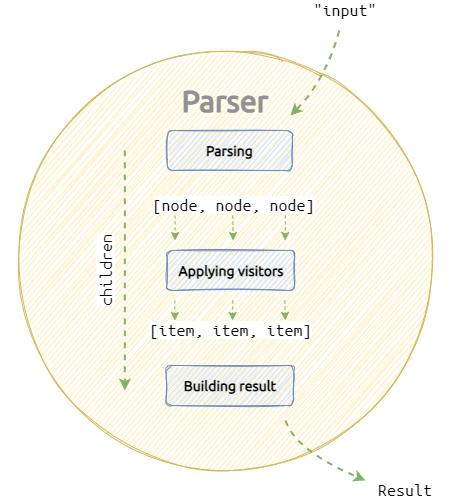
strblr/pegase keeps this draw.io diagram as img/ast-2.png. Above is the earlier version. Source tidied: cells renumbered, new cells last; positions are measured from the earlier drawing's top-left corner, leaving out a move shared by most shapes.
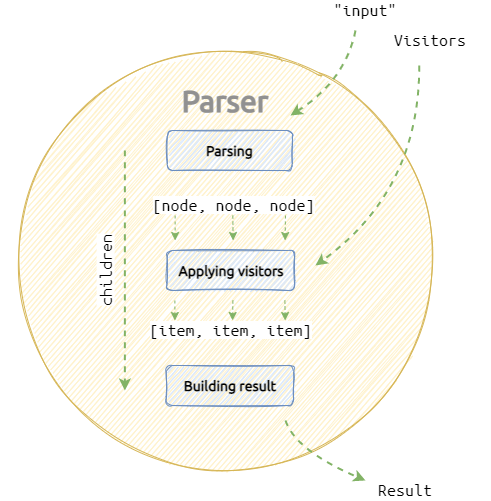
Later version of the same file.

Change to the diagram source:
```diff
@@ -15,17 +15,17 @@
       <mxGeometry x="166.6" y="250" width="127.5" height="40" as="geometry" />
     </mxCell>
     <mxCell id="6" value="&lt;span style=&quot;font-family: &amp;#34;ubuntu mono&amp;#34; ; font-size: 18px ; background-color: rgb(255 , 255 , 255)&quot;&gt;&quot;input&quot;&lt;/span&gt;" style="text;html=1;strokeColor=none;fillColor=none;align=center;verticalAlign=middle;whiteSpace=wrap;rounded=0;sketch=1;" parent="1" vertex="1">
-      <mxGeometry x="285" width="120" height="20" as="geometry" />
+      <mxGeometry x="305" width="120" height="20" as="geometry" />
     </mxCell>
     <mxCell id="7" value="&lt;span style=&quot;font-size: 14px&quot;&gt;Building result&lt;/span&gt;" style="rounded=1;whiteSpace=wrap;html=1;fontSize=14;glass=0;strokeWidth=1;shadow=0;fontFamily=Ubuntu;labelBackgroundColor=none;sketch=1;fillColor=#dae8fc;strokeColor=#6c8ebf;fontSource=https%3A%2F%2Ffonts.googleapis.com%2Fcss%3Ffamily%3DUbuntu;fontStyle=1;" parent="1" vertex="1">
       <mxGeometry x="165.6" y="365" width="127.5" height="40" as="geometry" />
     </mxCell>
     <mxCell id="8" style="curved=1;endArrow=classic;html=1;fontFamily=Ubuntu Mono;fontSource=https%3A%2F%2Ffonts.googleapis.com%2Fcss%3Ffamily%3DUbuntu%2BMono;fontSize=18;dashed=1;strokeWidth=2;fillColor=#d5e8d4;strokeColor=#82b366;" parent="1" edge="1">
       <mxGeometry relative="1" as="geometry">
-        <mxPoint x="338.8" y="30" as="sourcePoint" />
+        <mxPoint x="355" y="30" as="sourcePoint" />
         <mxPoint x="290" y="115" as="targetPoint" />
         <Array as="points">
-          <mxPoint x="325" y="80" />
+          <mxPoint x="345" y="80" />
         </Array>
       </mxGeometry>
     </mxCell>
@@ -95,5 +95,17 @@
     <mxCell id="21" style="rounded=0;whiteSpace=wrap;html=1;strokeWidth=0;fillColor=none;strokeColor=none;" parent="1" vertex="1">
       <mxGeometry y="85" width="120" height="60" as="geometry" />
     </mxCell>
+    <mxCell id="22" value="&lt;span style=&quot;font-family: &amp;#34;ubuntu mono&amp;#34; ; font-size: 18px ; background-color: rgb(255 , 255 , 255)&quot;&gt;Visitors&lt;/span&gt;" style="text;html=1;strokeColor=none;fillColor=none;align=center;verticalAlign=middle;whiteSpace=wrap;rounded=0;sketch=1;" parent="1" vertex="1">
+      <mxGeometry x="370" y="30" width="120" height="20" as="geometry" />
+    </mxCell>
+    <mxCell id="23" style="curved=1;endArrow=classic;html=1;fontFamily=Ubuntu Mono;fontSource=https%3A%2F%2Ffonts.googleapis.com%2Fcss%3Ffamily%3DUbuntu%2BMono;fontSize=18;dashed=1;strokeWidth=2;fillColor=#d5e8d4;strokeColor=#82b366;" parent="1" edge="1">
+      <mxGeometry relative="1" as="geometry">
+        <mxPoint x="418.8" y="65" as="sourcePoint" />
+        <mxPoint x="315" y="265" as="targetPoint" />
+        <Array as="points">
+          <mxPoint x="419" y="190" />
+        </Array>
+      </mxGeometry>
+    </mxCell>
   </root>
 </mxGraphModel>
```
